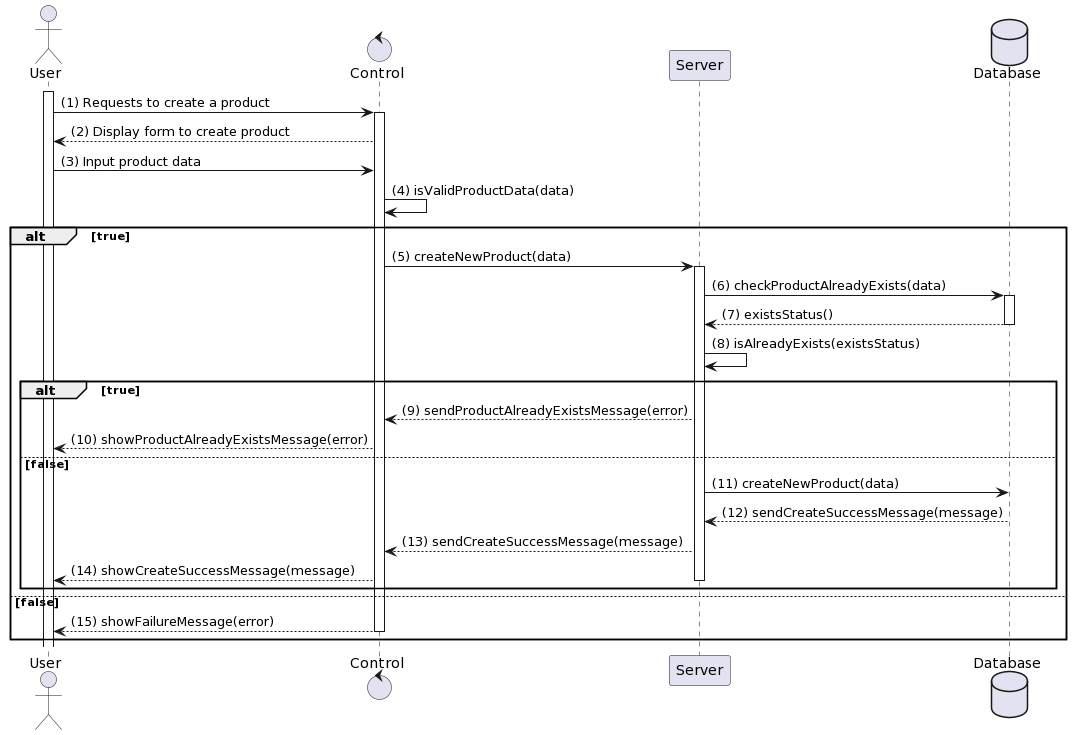
This is Lab 1/Lab 1.2/sequence_diagram/product_management/create_product.png from H1eu69/SE357-Pratice-class, a PlantUML export, as it was before one commit.
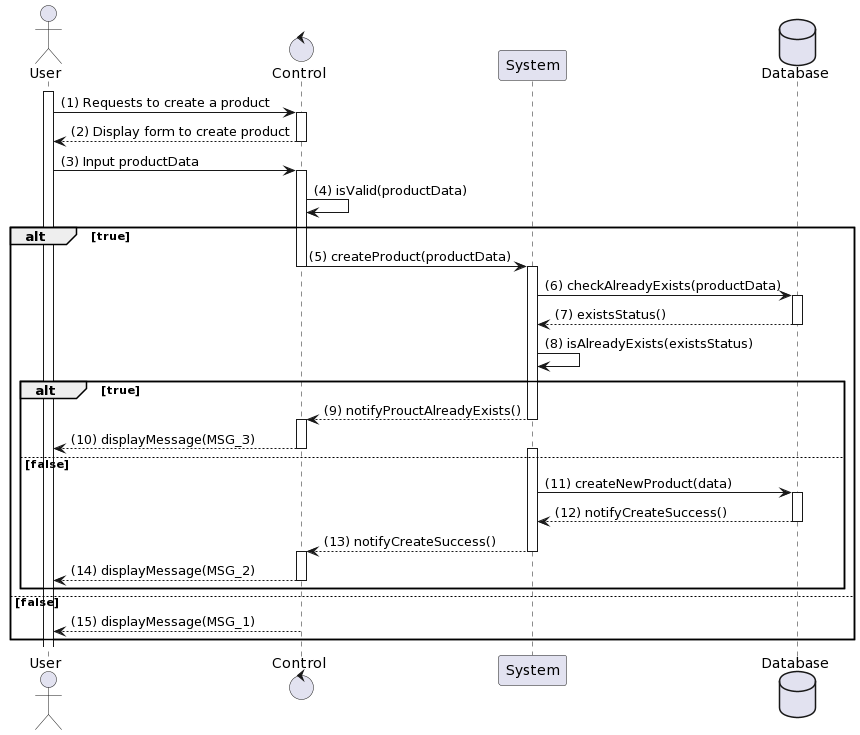
After the commit.

Change to the diagram source:
```diff
@@ -1,36 +1,47 @@
 @startuml
 actor User
 control "Control" as C
-participant "Server" as S
+participant "System" as S
 database Database
 
 activate User
 User -> C: (1) Requests to create a product
 activate C
 C --> User: (2) Display form to create product
-User -> C: (3) Input product data
-C -> C: (4) isValidProductData(data)
+deactivate C
+User -> C: (3) Input productData
+activate C
+C -> C: (4) isValid(productData)
 alt true
-    C -> S: (5) createNewProduct(data)
+    C -> S: (5) createProduct(productData)
+    deactivate C
     activate S
-    S -> Database: (6) checkProductAlreadyExists(data)
+    S -> Database: (6) checkAlreadyExists(productData)
     activate Database
     Database --> S: (7) existsStatus()
     deactivate Database
     S -> S: (8) isAlreadyExists(existsStatus)
     alt true
-        S --> C: (9) sendProductAlreadyExistsMessage(error)
-        C --> User: (10) showProductAlreadyExistsMessage(error)
+        S --> C: (9) notifyProuctAlreadyExists()
+        deactivate S
+        activate C
+        C --> User: (10) displayMessage(MSG_3)
+        deactivate C
     else false
+        activate S
         S -> Database: (11) createNewProduct(data)
-        Database --> S: (12) sendCreateSuccessMessage(message)
+        activate Database
+        Database --> S: (12) notifyCreateSuccess()
         deactivate Database
-        S --> C: (13) sendCreateSuccessMessage(message)
-        C --> User: (14) showCreateSuccessMessage(message)
+        S --> C: (13) notifyCreateSuccess()
         deactivate S
+        activate C
+        C --> User: (14) displayMessage(MSG_2)
+        deactivate C
     end
 else false
-    C --> User: (15) showFailureMessage(error)
+    activate C
+    C --> User: (15) displayMessage(MSG_1)
     deactivate C
 end
 @enduml
```
